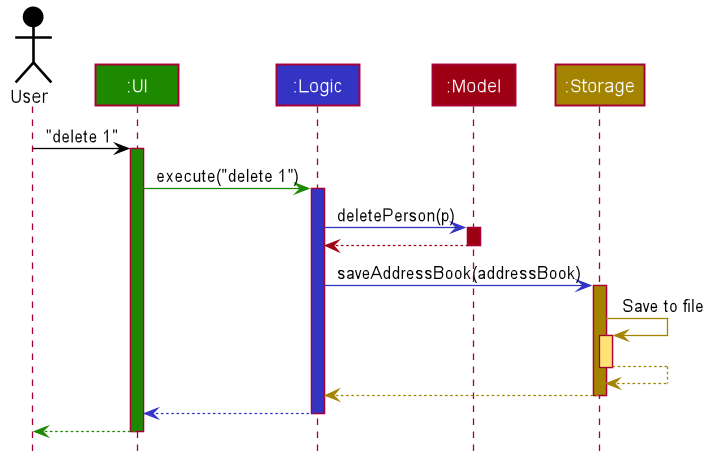
Earlier version of the PlantUML export docs/images/ArchitectureSequenceDiagram.png (nus-cs2103-AY2021S2/tp). Source of this version:
```plantuml
@startuml








skinparam BackgroundColor #FFFFFFF

skinparam Shadowing false

skinparam Class {
    FontColor #FFFFFF
    BorderThickness 1
    BorderColor #FFFFFF
    StereotypeFontColor #FFFFFF
    FontName Arial
}

skinparam Actor {
    BorderColor #000000
    Color #000000
    FontName Arial
}

skinparam Sequence {
    MessageAlign center
    BoxFontSize 15
    BoxPadding 0
    BoxFontColor #FFFFFF
    FontName Arial
}

skinparam Participant {
    FontColor #FFFFFFF
    Padding 20
}

skinparam MinClassWidth 50
skinparam ParticipantPadding 10
skinparam Shadowing false
skinparam DefaultTextAlignment center
skinparam packageStyle Rectangle

hide footbox
hide members
hide circle

Actor User as user #000000
Participant ":UI" as ui #1D8900
Participant ":Logic" as logic #3333C4
Participant ":Model" as model #9D0012
Participant ":Storage" as storage #A38300

user -[#000000]> ui : "delete 1"
activate ui #1D8900

ui -[#1D8900]> logic : execute("delete 1")
activate logic #3333C4

logic -[#3333C4]> model : deletePerson(p)
activate model #9D0012

model -[#9D0012]-> logic
deactivate model

logic -[#3333C4]> storage : saveAddressBook(addressBook)
activate storage #A38300

storage -[#A38300]> storage : Save to file
activate storage #FFE374
storage --[#A38300]> storage
deactivate storage

storage --[#A38300]> logic
deactivate storage

logic --[#3333C4]> ui
deactivate logic

ui--[#1D8900]> user
deactivate ui
@enduml
```
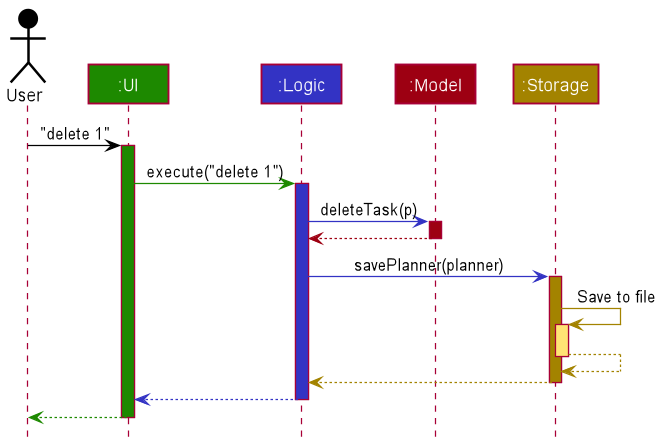
After the change.

What changed in the source:
```diff
@@ -1,85 +1,38 @@
 @startuml
+!include style.puml
 
+Actor User as user USER_COLOR
+Participant ":UI" as ui UI_COLOR
+Participant ":Logic" as logic LOGIC_COLOR
+Participant ":Model" as model MODEL_COLOR
+Participant ":Storage" as storage STORAGE_COLOR
 
+user -[USER_COLOR]> ui : "delete 1"
+activate ui UI_COLOR
 
+ui -[UI_COLOR]> logic : execute("delete 1")
+activate logic LOGIC_COLOR
 
+logic -[LOGIC_COLOR]> model : deleteTask(p)
+activate model MODEL_COLOR
 
-
-
-
-skinparam BackgroundColor #FFFFFFF
-
-skinparam Shadowing false
-
-skinparam Class {
-    FontColor #FFFFFF
-    BorderThickness 1
-    BorderColor #FFFFFF
-    StereotypeFontColor #FFFFFF
-    FontName Arial
-}
-
-skinparam Actor {
-    BorderColor #000000
-    Color #000000
-    FontName Arial
-}
-
-skinparam Sequence {
-    MessageAlign center
-    BoxFontSize 15
-    BoxPadding 0
-    BoxFontColor #FFFFFF
-    FontName Arial
-}
-
-skinparam Participant {
-    FontColor #FFFFFFF
-    Padding 20
-}
-
-skinparam MinClassWidth 50
-skinparam ParticipantPadding 10
-skinparam Shadowing false
-skinparam DefaultTextAlignment center
-skinparam packageStyle Rectangle
-
-hide footbox
-hide members
-hide circle
-
-Actor User as user #000000
-Participant ":UI" as ui #1D8900
-Participant ":Logic" as logic #3333C4
-Participant ":Model" as model #9D0012
-Participant ":Storage" as storage #A38300
-
-user -[#000000]> ui : "delete 1"
-activate ui #1D8900
-
-ui -[#1D8900]> logic : execute("delete 1")
-activate logic #3333C4
-
-logic -[#3333C4]> model : deletePerson(p)
-activate model #9D0012
-
-model -[#9D0012]-> logic
+model -[MODEL_COLOR]-> logic
 deactivate model
 
-logic -[#3333C4]> storage : saveAddressBook(addressBook)
-activate storage #A38300
+logic -[LOGIC_COLOR]> storage : savePlanner(planner)
+activate storage STORAGE_COLOR
 
-storage -[#A38300]> storage : Save to file
-activate storage #FFE374
-storage --[#A38300]> storage
+storage -[STORAGE_COLOR]> storage : Save to file
+activate storage STORAGE_COLOR_T1
+storage --[STORAGE_COLOR]> storage
 deactivate storage
 
-storage --[#A38300]> logic
+storage --[STORAGE_COLOR]> logic
 deactivate storage
 
-logic --[#3333C4]> ui
+logic --[LOGIC_COLOR]> ui
 deactivate logic
 
-ui--[#1D8900]> user
+ui--[UI_COLOR]> user
 deactivate ui
 @enduml
```
